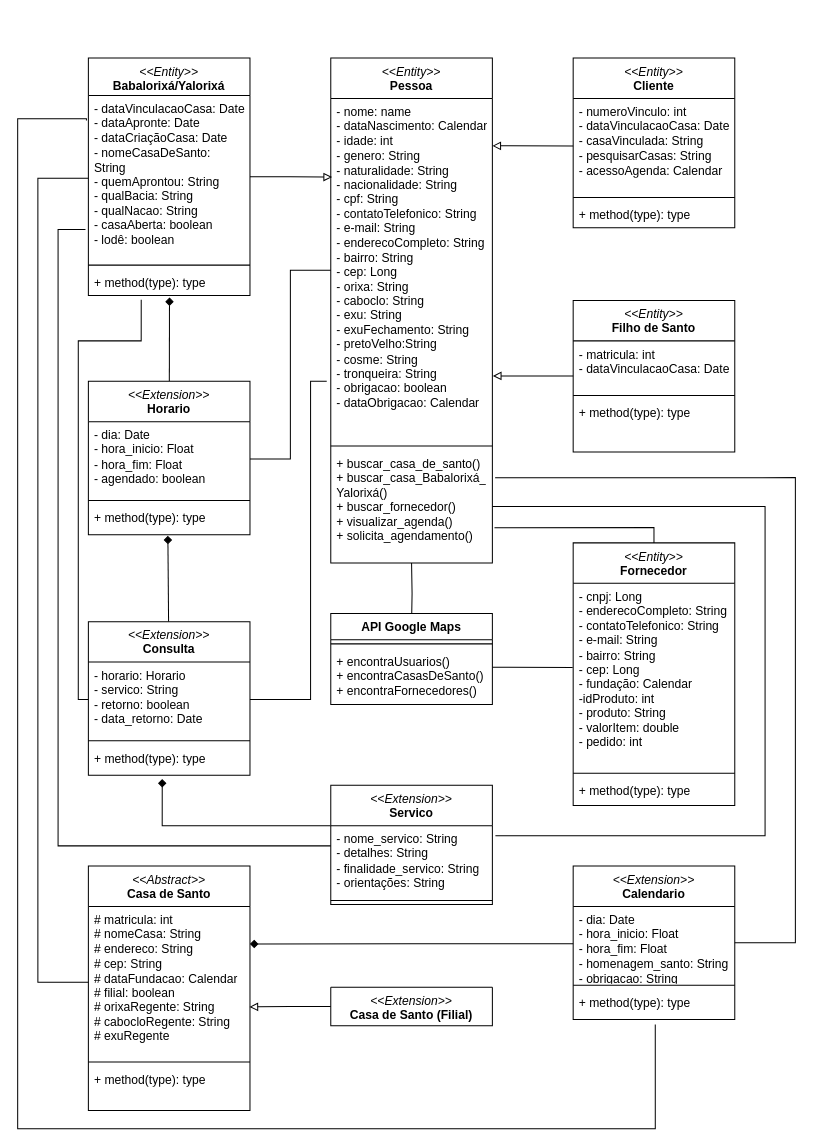
Earlier version of the draw.io diagram Diagrama sem nome.drawio (AlexCarvalhovisk/sarava). Source tidied: cells renumbered, new cells numbered last; positions are measured from the earlier drawing's top-left corner, leaving out a move shared by most shapes. Both pictures are drawn from the tidied source at 101%, with x=0, y=0 at pixel (17, 58).
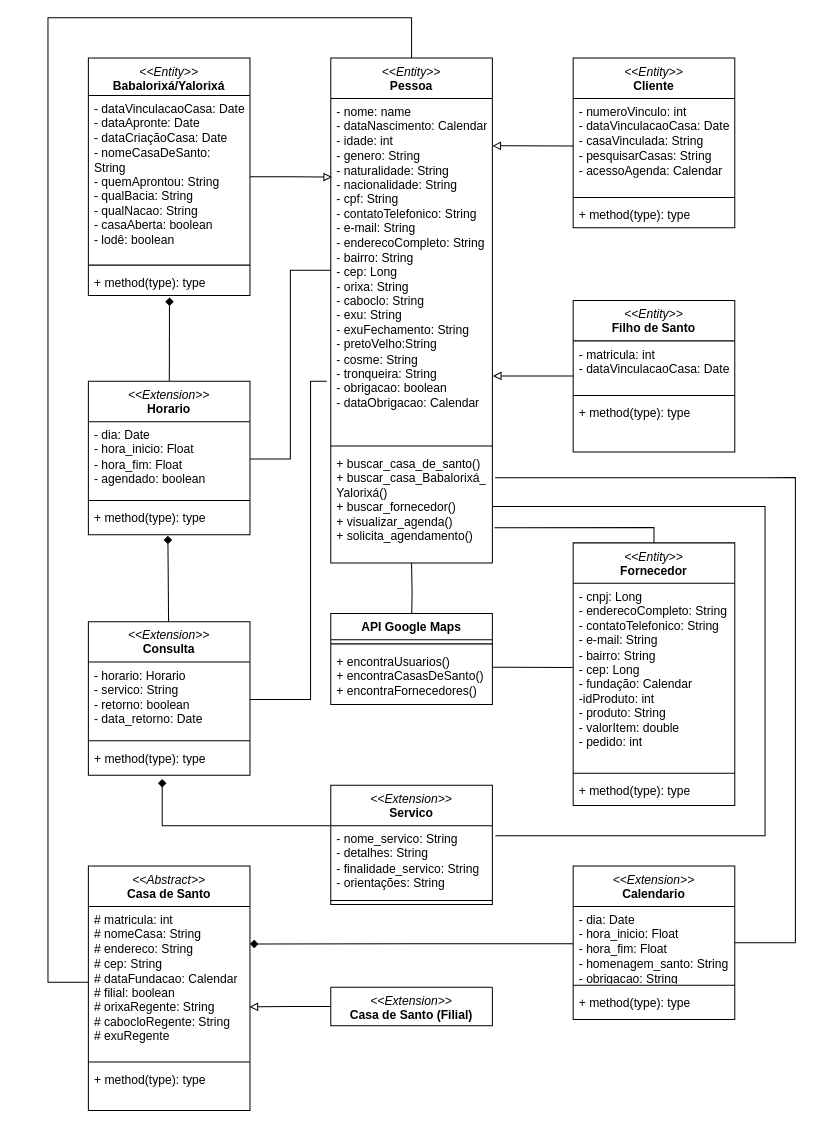
The same page after the edit.

The change refers to these unchanged cells:
```xml
<mxCell id="2" value="&lt;i style=&quot;border-color: var(--border-color); font-weight: 400;&quot;&gt;&amp;lt;&amp;lt;Entity&amp;gt;&amp;gt;&lt;/i&gt;&lt;br&gt;Pessoa" style="swimlane;fontStyle=1;align=center;verticalAlign=top;horizontal=1;startSize=40;whiteSpace=wrap;html=1;" parent="1" vertex="1">
  <mxGeometry x="310" width="160" height="500" as="geometry" />
</mxCell>
<mxCell id="24" value="- dataVinculacaoCasa: Date&lt;br style=&quot;border-color: var(--border-color);&quot;&gt;- dataApronte: Date&lt;br&gt;- dataCriaçãoCasa: Date&lt;br&gt;- nomeCasaDeSanto: String&lt;br&gt;- quemAprontou: String&lt;br&gt;- qualBacia: String&lt;br&gt;- qualNacao: String&lt;br&gt;- casaAberta: boolean&lt;br&gt;- lodê: boolean" style="text;strokeColor=none;fillColor=none;align=left;verticalAlign=top;spacingLeft=4;spacingRight=4;overflow=hidden;points=[[0,0.5],[1,0.5]];portConstraint=eastwest;whiteSpace=wrap;html=1;" parent="23" vertex="1">
  <mxGeometry y="37" width="160" height="164" as="geometry" />
</mxCell>
<mxCell id="26" value="+ method(type): type" style="text;strokeColor=none;fillColor=none;align=left;verticalAlign=top;spacingLeft=4;spacingRight=4;overflow=hidden;points=[[0,0.5],[1,0.5]];portConstraint=eastwest;whiteSpace=wrap;html=1;" parent="23" vertex="1">
  <mxGeometry y="209" width="160" height="26" as="geometry" />
</mxCell>
<mxCell id="28" value="# matricula: int&lt;br&gt;# nomeCasa: String&lt;br&gt;# endereco: String&lt;br&gt;# cep: String&lt;br&gt;# dataFundacao: Calendar&lt;br&gt;# filial: boolean&lt;br&gt;# orixaRegente: String&lt;br&gt;# cabocloRegente: String&lt;br&gt;# exuRegente" style="text;strokeColor=none;fillColor=none;align=left;verticalAlign=top;spacingLeft=4;spacingRight=4;overflow=hidden;points=[[0,0.5],[1,0.5]];portConstraint=eastwest;whiteSpace=wrap;html=1;" parent="27" vertex="1">
  <mxGeometry y="40" width="160" height="150" as="geometry" />
</mxCell>
<mxCell id="41" value="- horario: Horario&lt;br&gt;- servico: String&lt;br&gt;- retorno: boolean&lt;br&gt;- data_retorno: Date" style="text;strokeColor=none;fillColor=none;align=left;verticalAlign=top;spacingLeft=4;spacingRight=4;overflow=hidden;points=[[0,0.5],[1,0.5]];portConstraint=eastwest;whiteSpace=wrap;html=1;" parent="40" vertex="1">
  <mxGeometry y="40" width="160" height="74" as="geometry" />
</mxCell>
<mxCell id="48" value="+ method(type): type" style="text;strokeColor=none;fillColor=none;align=left;verticalAlign=top;spacingLeft=4;spacingRight=4;overflow=hidden;points=[[0,0.5],[1,0.5]];portConstraint=eastwest;whiteSpace=wrap;html=1;" parent="45" vertex="1">
  <mxGeometry y="122" width="160" height="30" as="geometry" />
</mxCell>
```

Change to the diagram source:
```diff
@@
-    <mxCell id="21" style="edgeStyle=orthogonalEdgeStyle;rounded=0;jettySize=auto;html=1;entryX=0.508;entryY=1.16;entryDx=0;entryDy=0;entryPerimeter=0;endArrow=none;endFill=0;exitX=-0.012;exitY=0.151;exitDx=0;exitDy=0;exitPerimeter=0;" parent="1" edge="1" source="24" target="48">
-      <mxGeometry relative="1" as="geometry">
-        <Array as="points">
-          <mxPoint x="68" y="60" />
-          <mxPoint y="60" />
-          <mxPoint y="1060" />
-          <mxPoint x="631" y="1060" />
-        </Array>
-      </mxGeometry>
-    </mxCell>
-    <mxCell id="22" style="edgeStyle=orthogonalEdgeStyle;rounded=0;jettySize=auto;html=1;entryX=0;entryY=0.5;entryDx=0;entryDy=0;exitX=0.327;exitY=1.169;exitDx=0;exitDy=0;exitPerimeter=0;endArrow=none;endFill=0;" parent="1" edge="1" source="26" target="41">
-      <mxGeometry relative="1" as="geometry">
-        <Array as="points">
-          <mxPoint x="122" y="280" />
-          <mxPoint x="60" y="280" />
-          <mxPoint x="60" y="635" />
-        </Array>
-      </mxGeometry>
-    </mxCell>
@@
-    <mxCell id="55" style="edgeStyle=orthogonalEdgeStyle;rounded=0;jettySize=auto;html=1;entryX=0;entryY=0.5;entryDx=0;entryDy=0;endArrow=none;endFill=0;" parent="1" edge="1" source="24" target="28">
+    <mxCell id="55" style="edgeStyle=orthogonalEdgeStyle;rounded=0;jettySize=auto;html=1;entryX=0;entryY=0.5;entryDx=0;entryDy=0;endArrow=none;endFill=0;exitX=0.5;exitY=0;exitDx=0;exitDy=0;" parent="1" edge="1" source="2" target="28">
       <mxGeometry relative="1" as="geometry">
         <Array as="points">
-          <mxPoint x="20" y="119" />
-          <mxPoint x="20" y="915" />
+          <mxPoint x="390" y="-40" />
+          <mxPoint x="30" y="-40" />
+          <mxPoint x="30" y="915" />
         </Array>
       </mxGeometry>
     </mxCell>
@@
-    <mxCell id="58" style="edgeStyle=orthogonalEdgeStyle;rounded=0;jettySize=auto;html=1;exitX=-0.018;exitY=0.81;exitDx=0;exitDy=0;exitPerimeter=0;endArrow=none;endFill=0;" parent="1" edge="1" source="24">
-      <mxGeometry relative="1" as="geometry">
-        <mxPoint x="310" y="780" as="targetPoint" />
-        <Array as="points">
-          <mxPoint x="40" y="170" />
-          <mxPoint x="40" y="780" />
-        </Array>
-      </mxGeometry>
-    </mxCell>
```
